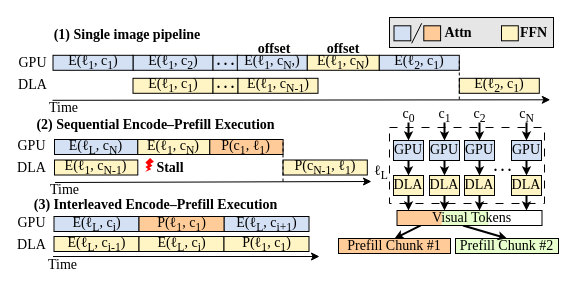
This is figures/design_imgpipe.drawio from icszhr/hermes, a draw.io file, before an edit. Source tidied: cells renumbered, new cells numbered last; positions are measured from the earlier drawing's top-left corner, leaving out a move shared by most shapes. Both pictures are drawn from the tidied source at 100%, with x=0, y=0 at pixel (19, 17).
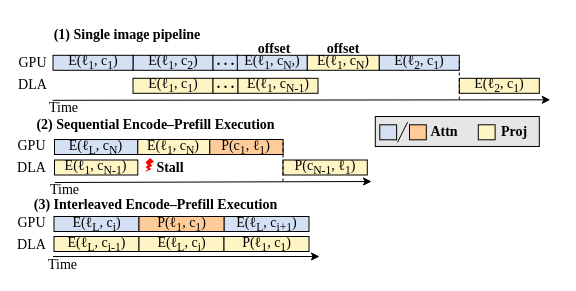
After the change.

The edit, as a diff of the source:
```diff
@@
     <mxCell id="2" style="rounded=0;whiteSpace=wrap;html=1;fillColor=#E6E6E6;" parent="1" vertex="1">
-      <mxGeometry x="370" width="164" height="30" as="geometry" />
+      <mxGeometry x="355.8" y="99" width="164" height="30" as="geometry" />
     </mxCell>
-    <mxCell id="3" style="rounded=0;whiteSpace=wrap;html=1;fillColor=none;dashed=1;dashPattern=8 8;fontSize=14;" parent="1" vertex="1">
-      <mxGeometry x="370" y="110" width="155" height="76" as="geometry" />
-    </mxCell>
-    <mxCell id="4" style="edgeStyle=orthogonalEdgeStyle;rounded=0;jettySize=auto;html=1;exitX=0.5;exitY=1;exitDx=0;exitDy=0;entryX=0.5;entryY=0;entryDx=0;entryDy=0;endSize=3;fontFamily=Times New Roman;fontSize=14;strokeWidth=2;" parent="1" edge="1" source="5" target="7">
-      <mxGeometry relative="1" as="geometry" />
-    </mxCell>
-    <mxCell id="5" value="GPU" style="rounded=0;whiteSpace=wrap;html=1;fontFamily=Times New Roman;fillColor=#D4E1F5;fontSize=14;" parent="1" vertex="1">
-      <mxGeometry x="374" y="123" width="30" height="20" as="geometry" />
-    </mxCell>
-    <mxCell id="6" style="rounded=0;jettySize=auto;html=1;endSize=3;fontFamily=Times New Roman;fontSize=14;strokeWidth=2;" parent="1" edge="1" source="7">
-      <mxGeometry relative="1" as="geometry">
-        <mxPoint x="389" y="193" as="targetPoint" />
-      </mxGeometry>
-    </mxCell>
-    <mxCell id="7" value="DLA" style="rounded=0;whiteSpace=wrap;html=1;fontFamily=Times New Roman;fillColor=#FFF4C3;fontSize=14;" parent="1" vertex="1">
-      <mxGeometry x="374" y="158" width="30" height="20" as="geometry" />
-    </mxCell>
-    <mxCell id="8" style="rounded=0;jettySize=auto;html=1;entryX=0.5;entryY=0;entryDx=0;entryDy=0;endSize=3;fontFamily=Times New Roman;fontSize=14;exitX=0.5;exitY=1;exitDx=0;exitDy=0;strokeWidth=2;" parent="1" edge="1" source="9" target="5">
-      <mxGeometry relative="1" as="geometry" />
-    </mxCell>
-    <mxCell id="9" value="c&lt;sub&gt;0&lt;/sub&gt;" style="text;html=1;whiteSpace=wrap;strokeColor=none;fillColor=none;align=center;verticalAlign=middle;rounded=0;fontFamily=Times New Roman;fontSize=14;" parent="1" vertex="1">
-      <mxGeometry x="371.5" y="90" width="35" height="15" as="geometry" />
-    </mxCell>
-    <mxCell id="10" value="ℓ&lt;sub&gt;L&lt;/sub&gt;" style="text;html=1;whiteSpace=wrap;strokeColor=none;fillColor=none;align=center;verticalAlign=middle;rounded=0;fontFamily=Times New Roman;fontSize=14;" parent="1" vertex="1">
-      <mxGeometry x="351.5" y="144.5" width="20" height="20" as="geometry" />
-    </mxCell>
-    <mxCell id="11" style="edgeStyle=orthogonalEdgeStyle;rounded=0;jettySize=auto;html=1;exitX=0.5;exitY=1;exitDx=0;exitDy=0;entryX=0.5;entryY=0;entryDx=0;entryDy=0;endSize=3;fontFamily=Times New Roman;fontSize=14;strokeWidth=2;" parent="1" edge="1" source="12" target="14">
-      <mxGeometry relative="1" as="geometry" />
-    </mxCell>
-    <mxCell id="12" value="GPU" style="rounded=0;whiteSpace=wrap;html=1;fontFamily=Times New Roman;fillColor=#D4E1F5;fontSize=14;" parent="1" vertex="1">
-      <mxGeometry x="410" y="123" width="30" height="20" as="geometry" />
-    </mxCell>
-    <mxCell id="13" style="rounded=0;jettySize=auto;html=1;endSize=3;fontFamily=Times New Roman;fontSize=14;strokeWidth=2;" parent="1" edge="1" source="14">
-      <mxGeometry relative="1" as="geometry">
-        <mxPoint x="425" y="193" as="targetPoint" />
-      </mxGeometry>
-    </mxCell>
-    <mxCell id="14" value="DLA" style="rounded=0;whiteSpace=wrap;html=1;fontFamily=Times New Roman;fillColor=#FFF4C3;fontSize=14;" parent="1" vertex="1">
-      <mxGeometry x="410" y="158" width="30" height="20" as="geometry" />
-    </mxCell>
-    <mxCell id="15" style="rounded=0;jettySize=auto;html=1;entryX=0.5;entryY=0;entryDx=0;entryDy=0;endSize=3;fontFamily=Times New Roman;fontSize=14;exitX=0.5;exitY=1;exitDx=0;exitDy=0;strokeWidth=2;" parent="1" edge="1" source="16" target="12">
-      <mxGeometry relative="1" as="geometry" />
-    </mxCell>
-    <mxCell id="16" value="c&lt;sub&gt;1&lt;/sub&gt;" style="text;html=1;whiteSpace=wrap;strokeColor=none;fillColor=none;align=center;verticalAlign=middle;rounded=0;fontFamily=Times New Roman;fontSize=14;" parent="1" vertex="1">
-      <mxGeometry x="407.5" y="90" width="35" height="15" as="geometry" />
-    </mxCell>
-    <mxCell id="17" style="edgeStyle=orthogonalEdgeStyle;rounded=0;jettySize=auto;html=1;exitX=0.5;exitY=1;exitDx=0;exitDy=0;entryX=0.5;entryY=0;entryDx=0;entryDy=0;endSize=3;fontFamily=Times New Roman;fontSize=14;strokeWidth=2;" parent="1" edge="1" source="18" target="20">
-      <mxGeometry relative="1" as="geometry" />
-    </mxCell>
-    <mxCell id="18" value="GPU" style="rounded=0;whiteSpace=wrap;html=1;fontFamily=Times New Roman;fillColor=#D4E1F5;fontSize=14;" parent="1" vertex="1">
-      <mxGeometry x="492" y="123" width="30" height="20" as="geometry" />
-    </mxCell>
-    <mxCell id="19" style="rounded=0;jettySize=auto;html=1;endSize=3;fontFamily=Times New Roman;fontSize=14;strokeWidth=2;" parent="1" edge="1" source="20">
-      <mxGeometry relative="1" as="geometry">
-        <mxPoint x="507" y="193" as="targetPoint" />
-      </mxGeometry>
-    </mxCell>
-    <mxCell id="20" value="DLA" style="rounded=0;whiteSpace=wrap;html=1;fontFamily=Times New Roman;fillColor=#FFF4C3;fontSize=14;" parent="1" vertex="1">
-      <mxGeometry x="492" y="158" width="30" height="20" as="geometry" />
-    </mxCell>
-    <mxCell id="21" style="rounded=0;jettySize=auto;html=1;entryX=0.5;entryY=0;entryDx=0;entryDy=0;endSize=3;fontFamily=Times New Roman;fontSize=14;exitX=0.5;exitY=1;exitDx=0;exitDy=0;strokeWidth=2;" parent="1" edge="1" source="22" target="18">
-      <mxGeometry relative="1" as="geometry" />
-    </mxCell>
-    <mxCell id="22" value="c&lt;sub&gt;N&lt;/sub&gt;" style="text;html=1;whiteSpace=wrap;strokeColor=none;fillColor=none;align=center;verticalAlign=middle;rounded=0;fontFamily=Times New Roman;fontSize=14;" parent="1" vertex="1">
-      <mxGeometry x="489.5" y="90" width="35" height="15" as="geometry" />
-    </mxCell>
-    <mxCell id="23" value="&lt;b&gt;. . .&lt;/b&gt;" style="text;html=1;whiteSpace=wrap;strokeColor=none;fillColor=none;align=center;verticalAlign=middle;rounded=0;fontFamily=Times New Roman;fontSize=14;" parent="1" vertex="1">
-      <mxGeometry x="470.1" y="144.5" width="27" height="10" as="geometry" />
-    </mxCell>
-    <mxCell id="24" style="endArrow=none;html=1;rounded=0;entryX=0.362;entryY=0.026;entryDx=0;entryDy=0;entryPerimeter=0;exitX=0.363;exitY=0.997;exitDx=0;exitDy=0;exitPerimeter=0;dashed=1;fontSize=14;" parent="1" edge="1">
-      <mxGeometry relative="1" as="geometry">
-        <mxPoint x="424" y="208" as="sourcePoint" />
-        <mxPoint x="423.8" y="193.4" as="targetPoint" />
-      </mxGeometry>
-    </mxCell>
-    <mxCell id="25" style="edgeStyle=orthogonalEdgeStyle;rounded=0;jettySize=auto;html=1;exitX=0.5;exitY=1;exitDx=0;exitDy=0;entryX=0.5;entryY=0;entryDx=0;entryDy=0;endSize=3;fontFamily=Times New Roman;fontSize=14;strokeWidth=2;" parent="1" edge="1" source="26" target="28">
-      <mxGeometry relative="1" as="geometry" />
-    </mxCell>
-    <mxCell id="26" value="GPU" style="rounded=0;whiteSpace=wrap;html=1;fontFamily=Times New Roman;fillColor=#D4E1F5;fontSize=14;" parent="1" vertex="1">
-      <mxGeometry x="445" y="123" width="30" height="20" as="geometry" />
-    </mxCell>
-    <mxCell id="27" style="rounded=0;jettySize=auto;html=1;endSize=3;fontFamily=Times New Roman;fontSize=14;strokeWidth=2;" parent="1" edge="1" source="28">
-      <mxGeometry relative="1" as="geometry">
-        <mxPoint x="460" y="193" as="targetPoint" />
-      </mxGeometry>
-    </mxCell>
-    <mxCell id="28" value="DLA" style="rounded=0;whiteSpace=wrap;html=1;fontFamily=Times New Roman;fillColor=#FFF4C3;fontSize=14;" parent="1" vertex="1">
-      <mxGeometry x="445" y="158" width="30" height="20" as="geometry" />
-    </mxCell>
-    <mxCell id="29" style="rounded=0;jettySize=auto;html=1;entryX=0.5;entryY=0;entryDx=0;entryDy=0;endSize=3;fontFamily=Times New Roman;fontSize=14;exitX=0.5;exitY=1;exitDx=0;exitDy=0;strokeWidth=2;" parent="1" edge="1" source="30" target="26">
-      <mxGeometry relative="1" as="geometry" />
-    </mxCell>
-    <mxCell id="30" value="c&lt;sub&gt;2&lt;/sub&gt;" style="text;html=1;whiteSpace=wrap;strokeColor=none;fillColor=none;align=center;verticalAlign=middle;rounded=0;fontFamily=Times New Roman;fontSize=14;" parent="1" vertex="1">
-      <mxGeometry x="442.5" y="90" width="35" height="15" as="geometry" />
-    </mxCell>
-    <mxCell id="31" value="Prefill Chunk #1" style="rounded=0;whiteSpace=wrap;html=1;fontFamily=Times New Roman;fillColor=#FFCC99;fontSize=14;" parent="1" vertex="1">
-      <mxGeometry x="319" y="221" width="112" height="15" as="geometry" />
-    </mxCell>
-    <mxCell id="32" style="endArrow=none;html=1;rounded=0;entryX=0.362;entryY=0.026;entryDx=0;entryDy=0;entryPerimeter=0;exitX=0.363;exitY=0.997;exitDx=0;exitDy=0;exitPerimeter=0;dashed=1;fontSize=14;" parent="1" edge="1">
-      <mxGeometry relative="1" as="geometry">
-        <mxPoint x="468" y="208" as="sourcePoint" />
-        <mxPoint x="468" y="193" as="targetPoint" />
-      </mxGeometry>
-    </mxCell>
-    <mxCell id="33" value="Prefill Chunk #2" style="rounded=0;whiteSpace=wrap;html=1;fontFamily=Times New Roman;fillColor=#E6FFCC;fontSize=14;" parent="1" vertex="1">
-      <mxGeometry x="436" y="221" width="103" height="15" as="geometry" />
-    </mxCell>
-    <mxCell id="34" style="rounded=0;jettySize=auto;html=1;exitX=0.5;exitY=0;exitDx=0;exitDy=0;entryX=0.164;entryY=0.997;entryDx=0;entryDy=0;entryPerimeter=0;endArrow=none;endFill=0;startArrow=classic;startFill=1;startSize=3;fontSize=14;strokeWidth=2;endSize=3;" parent="1" edge="1" source="31" target="49">
-      <mxGeometry relative="1" as="geometry" />
-    </mxCell>
-    <mxCell id="35" style="rounded=0;jettySize=auto;html=1;exitX=0.5;exitY=0;exitDx=0;exitDy=0;entryX=0.455;entryY=0.995;entryDx=0;entryDy=0;entryPerimeter=0;endArrow=none;endFill=0;startArrow=classic;startFill=1;startSize=3;fontSize=14;strokeWidth=2;endSize=3;" parent="1" edge="1" source="33" target="49">
-      <mxGeometry relative="1" as="geometry" />
-    </mxCell>
@@
-    <mxCell id="47" style="rounded=0;whiteSpace=wrap;html=1;fillColor=#FFCC99;strokeColor=none;fontSize=14;" parent="1" vertex="1">
-      <mxGeometry x="377.5" y="193" width="47" height="15" as="geometry" />
-    </mxCell>
-    <mxCell id="48" style="rounded=0;whiteSpace=wrap;html=1;fillColor=#E6FFCC;strokeColor=none;fontSize=14;" parent="1" vertex="1">
-      <mxGeometry x="422.2" y="193" width="47" height="15" as="geometry" />
-    </mxCell>
-    <mxCell id="49" style="rounded=0;whiteSpace=wrap;html=1;align=right;fillColor=none;fontSize=14;" parent="1" vertex="1">
-      <mxGeometry x="377.5" y="193" width="145" height="15" as="geometry" />
-    </mxCell>
-    <mxCell id="50" value="&lt;span style=&quot;color: rgb(0, 0, 0); font-family: &amp;quot;Times New Roman&amp;quot;; font-style: normal; font-variant-ligatures: normal; font-variant-caps: normal; font-weight: 400; letter-spacing: normal; orphans: 2; text-align: right; text-indent: 0px; text-transform: none; widows: 2; word-spacing: 0px; -webkit-text-stroke-width: 0px; white-space: normal; text-decoration-thickness: initial; text-decoration-style: initial; text-decoration-color: initial; float: none; display: inline !important;&quot;&gt;Visual Tokens&lt;/span&gt;" style="text;whiteSpace=wrap;html=1;labelBackgroundColor=none;spacing=0;spacingTop=-2;fontSize=14;" parent="1" vertex="1">
-      <mxGeometry x="412.8" y="189" width="84.2" height="20" as="geometry" />
-    </mxCell>
@@
     <mxCell id="82" style="rounded=0;whiteSpace=wrap;html=1;fillColor=light-dark(#d4e1f5, #ededed);" parent="1" vertex="1">
-      <mxGeometry x="374.5" y="8.3" width="16.8" height="15" as="geometry" />
+      <mxGeometry x="360.3" y="107.3" width="16.8" height="15" as="geometry" />
     </mxCell>
     <mxCell id="83" style="rounded=0;whiteSpace=wrap;html=1;fillColor=light-dark(#ffcc99, #ededed);" parent="1" vertex="1">
-      <mxGeometry x="404.3" y="8.3" width="16.8" height="15" as="geometry" />
+      <mxGeometry x="390" y="107.3" width="16.8" height="15" as="geometry" />
     </mxCell>
     <mxCell id="84" style="endArrow=none;html=1;rounded=0;" parent="1" edge="1">
       <mxGeometry relative="1" as="geometry">
-        <mxPoint x="392.2" y="25.8" as="sourcePoint" />
-        <mxPoint x="402.2" y="5.8" as="targetPoint" />
+        <mxPoint x="378" y="124.8" as="sourcePoint" />
+        <mxPoint x="388" y="104.8" as="targetPoint" />
       </mxGeometry>
     </mxCell>
     <mxCell id="85" value="&lt;font face=&quot;Times New Roman&quot;&gt;Attn&lt;/font&gt;" style="text;html=1;whiteSpace=wrap;strokeColor=none;fillColor=none;align=center;verticalAlign=middle;rounded=0;fontStyle=1;fontSize=14;" parent="1" vertex="1">
-      <mxGeometry x="421" y="8.3" width="35.5" height="13" as="geometry" />
+      <mxGeometry x="406.8" y="107.3" width="35.5" height="13" as="geometry" />
     </mxCell>
     <mxCell id="86" style="rounded=0;whiteSpace=wrap;html=1;fillColor=light-dark(#fff4c3, #ededed);" parent="1" vertex="1">
-      <mxGeometry x="482" y="8.3" width="16.8" height="15" as="geometry" />
+      <mxGeometry x="458.8" y="107.3" width="16.8" height="15" as="geometry" />
     </mxCell>
-    <mxCell id="87" value="&lt;font face=&quot;Times New Roman&quot;&gt;FFN&lt;/font&gt;" style="text;html=1;whiteSpace=wrap;strokeColor=none;fillColor=none;align=center;verticalAlign=middle;rounded=0;fontStyle=1;fontSize=14;" parent="1" vertex="1">
-      <mxGeometry x="497.1" y="8.3" width="35.2" height="13" as="geometry" />
+    <mxCell id="87" value="&lt;font face=&quot;Times New Roman&quot;&gt;Proj&lt;/font&gt;" style="text;html=1;whiteSpace=wrap;strokeColor=none;fillColor=none;align=center;verticalAlign=middle;rounded=0;fontStyle=1;fontSize=14;" parent="1" vertex="1">
+      <mxGeometry x="473.9" y="107.3" width="41.9" height="13" as="geometry" />
     </mxCell>
```
